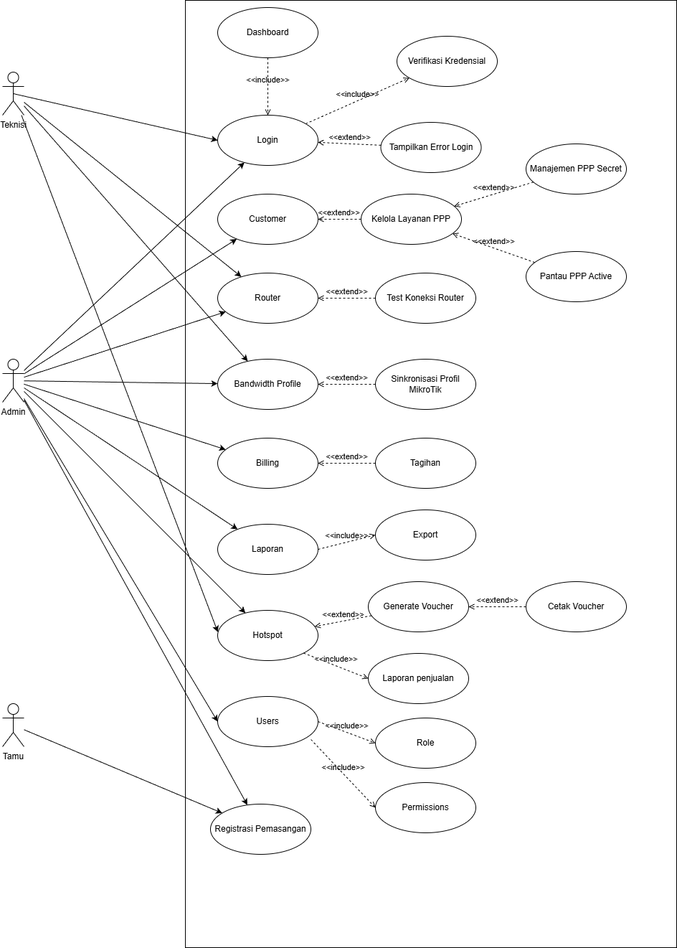
Above: diagram/image/use_case_diagram.png in quiqxiq/mikmongo (draw.io), before the change. Source tidied: cells renumbered, new cells last; positions are measured from the earlier drawing's top-left corner, leaving out a move shared by most shapes.
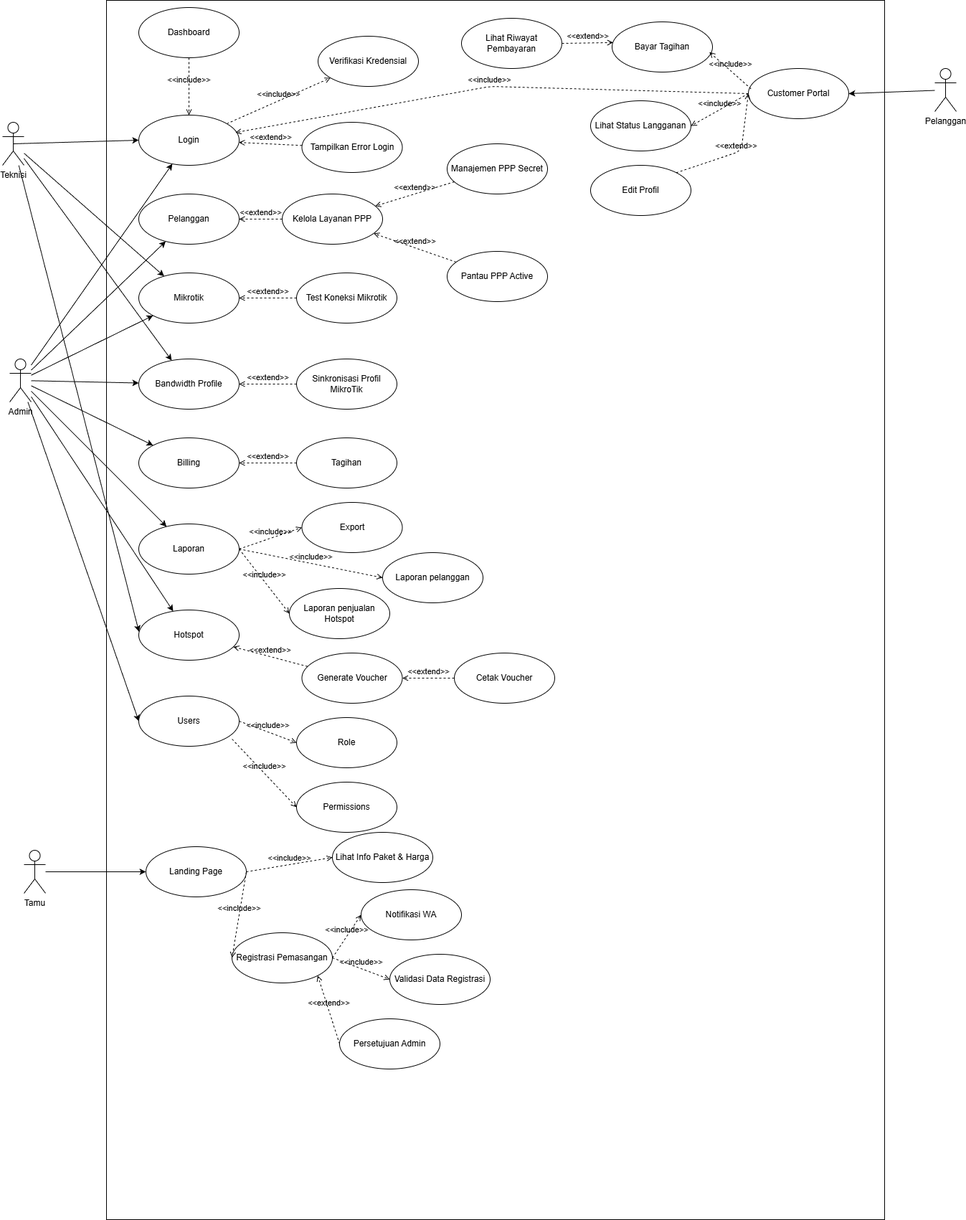
Later version of the same file.

Diff of the diagram source:
```diff
@@ -3,22 +3,25 @@
     <mxCell id="0" />
     <mxCell id="1" parent="0" />
     <mxCell id="2" style="rounded=0;whiteSpace=wrap;html=1;verticalAlign=top;fontStyle=1;fontSize=14;" parent="1" vertex="1">
-      <mxGeometry x="255" width="685" height="1320" as="geometry" />
+      <mxGeometry x="255" width="1085" height="1700" as="geometry" />
     </mxCell>
     <mxCell id="3" style="edgeStyle=none;html=1;entryX=0;entryY=0.5;entryDx=0;entryDy=0;" parent="1" edge="1" source="4" target="54">
       <mxGeometry relative="1" as="geometry" />
     </mxCell>
     <mxCell id="4" value="Admin" style="shape=umlActor;verticalLabelPosition=bottom;verticalAlign=top;html=1;outlineConnect=0;" parent="1" vertex="1">
-      <mxGeometry y="500" width="30" height="60" as="geometry" />
+      <mxGeometry x="120" y="500" width="30" height="60" as="geometry" />
     </mxCell>
     <mxCell id="5" style="edgeStyle=none;html=1;exitX=0.5;exitY=0.5;exitDx=0;exitDy=0;exitPerimeter=0;entryX=0;entryY=0.5;entryDx=0;entryDy=0;" parent="1" edge="1" source="6" target="9">
       <mxGeometry relative="1" as="geometry" />
     </mxCell>
     <mxCell id="6" value="Teknisi" style="shape=umlActor;verticalLabelPosition=bottom;verticalAlign=top;html=1;outlineConnect=0;" parent="1" vertex="1">
-      <mxGeometry y="100" width="30" height="60" as="geometry" />
+      <mxGeometry x="110" y="170" width="30" height="60" as="geometry" />
     </mxCell>
+    <mxCell id="59" style="edgeStyle=none;html=1;entryX=0;entryY=0.5;entryDx=0;entryDy=0;" parent="1" edge="1" source="7" target="60">
+      <mxGeometry relative="1" as="geometry" />
+    </mxCell>
     <mxCell id="7" value="Tamu" style="shape=umlActor;verticalLabelPosition=bottom;verticalAlign=top;html=1;outlineConnect=0;" parent="1" vertex="1">
-      <mxGeometry y="980" width="30" height="60" as="geometry" />
+      <mxGeometry x="140" y="1185" width="30" height="60" as="geometry" />
     </mxCell>
     <mxCell id="8" value="Dashboard" style="ellipse;whiteSpace=wrap;html=1;" parent="1" vertex="1">
       <mxGeometry x="300" y="10" width="140" height="70" as="geometry" />
@@ -26,10 +29,10 @@
     <mxCell id="9" value="Login" style="ellipse;whiteSpace=wrap;html=1;" parent="1" vertex="1">
       <mxGeometry x="300" y="160" width="140" height="70" as="geometry" />
     </mxCell>
-    <mxCell id="10" value="Customer" style="ellipse;whiteSpace=wrap;html=1;" parent="1" vertex="1">
+    <mxCell id="10" value="Pelanggan" style="ellipse;whiteSpace=wrap;html=1;" parent="1" vertex="1">
       <mxGeometry x="300" y="270" width="140" height="70" as="geometry" />
     </mxCell>
-    <mxCell id="11" value="Router" style="ellipse;whiteSpace=wrap;html=1;" parent="1" vertex="1">
+    <mxCell id="11" value="Mikrotik" style="ellipse;whiteSpace=wrap;html=1;" parent="1" vertex="1">
       <mxGeometry x="300" y="380" width="140" height="70" as="geometry" />
     </mxCell>
     <mxCell id="12" value="Bandwidth Profile" style="ellipse;whiteSpace=wrap;html=1;" parent="1" vertex="1">
@@ -45,7 +48,7 @@
       <mxGeometry x="300" y="850" width="140" height="70" as="geometry" />
     </mxCell>
     <mxCell id="16" value="Registrasi Pemasangan" style="ellipse;whiteSpace=wrap;html=1;" parent="1" vertex="1">
-      <mxGeometry x="290" y="1120" width="140" height="70" as="geometry" />
+      <mxGeometry x="430" y="1300" width="140" height="70" as="geometry" />
     </mxCell>
     <mxCell id="17" value="Verifikasi Kredensial" style="ellipse;whiteSpace=wrap;html=1;" parent="1" vertex="1">
       <mxGeometry x="550" y="50" width="140" height="70" as="geometry" />
@@ -62,7 +65,7 @@
     <mxCell id="21" value="Pantau PPP Active" style="ellipse;whiteSpace=wrap;html=1;" parent="1" vertex="1">
       <mxGeometry x="730" y="350" width="140" height="70" as="geometry" />
     </mxCell>
-    <mxCell id="22" value="Test Koneksi Router" style="ellipse;whiteSpace=wrap;html=1;" parent="1" vertex="1">
+    <mxCell id="22" value="Test Koneksi Mikrotik" style="ellipse;whiteSpace=wrap;html=1;" parent="1" vertex="1">
       <mxGeometry x="520" y="380" width="140" height="70" as="geometry" />
     </mxCell>
     <mxCell id="23" value="Sinkronisasi Profil MikroTik" style="ellipse;whiteSpace=wrap;html=1;" parent="1" vertex="1">
@@ -72,10 +75,10 @@
       <mxGeometry x="520" y="610" width="140" height="70" as="geometry" />
     </mxCell>
     <mxCell id="25" value="Generate Voucher" style="ellipse;whiteSpace=wrap;html=1;" parent="1" vertex="1">
-      <mxGeometry x="510" y="810" width="140" height="70" as="geometry" />
+      <mxGeometry x="527.5" y="910" width="140" height="70" as="geometry" />
     </mxCell>
     <mxCell id="26" value="Cetak Voucher" style="ellipse;whiteSpace=wrap;html=1;" parent="1" vertex="1">
-      <mxGeometry x="730" y="810" width="140" height="70" as="geometry" />
+      <mxGeometry x="740" y="910" width="140" height="70" as="geometry" />
     </mxCell>
     <mxCell id="27" style="edgeStyle=none;html=1;" parent="1" edge="1" source="4" target="10">
       <mxGeometry relative="1" as="geometry" />
@@ -98,9 +101,6 @@
     <mxCell id="33" style="edgeStyle=none;html=1;" parent="1" edge="1" source="4" target="15">
       <mxGeometry relative="1" as="geometry" />
     </mxCell>
-    <mxCell id="34" style="edgeStyle=none;html=1;" parent="1" edge="1" source="4" target="16">
-      <mxGeometry relative="1" as="geometry" />
-    </mxCell>
     <mxCell id="35" style="edgeStyle=none;html=1;" parent="1" edge="1" source="6" target="11">
       <mxGeometry relative="1" as="geometry" />
     </mxCell>
@@ -110,9 +110,6 @@
     <mxCell id="37" style="edgeStyle=none;html=1;entryX=0.002;entryY=0.433;entryDx=0;entryDy=0;entryPerimeter=0;" parent="1" edge="1" source="6" target="15">
       <mxGeometry relative="1" as="geometry" />
     </mxCell>
-    <mxCell id="38" style="edgeStyle=none;html=1;" parent="1" edge="1" source="7" target="16">
-      <mxGeometry relative="1" as="geometry" />
-    </mxCell>
     <mxCell id="39" value="&amp;lt;&amp;lt;include&amp;gt;&amp;gt;" style="html=1;verticalAlign=bottom;labelBackgroundColor=none;endArrow=open;endFill=0;dashed=1;" parent="1" edge="1" source="8" target="9">
       <mxGeometry relative="1" as="geometry" />
     </mxCell>
@@ -146,17 +143,17 @@
     <mxCell id="49" value="&amp;lt;&amp;lt;extend&amp;gt;&amp;gt;" style="html=1;verticalAlign=bottom;labelBackgroundColor=none;endArrow=open;endFill=0;dashed=1;" parent="1" edge="1" source="26" target="25">
       <mxGeometry relative="1" as="geometry" />
     </mxCell>
-    <mxCell id="50" value="Laporan penjualan" style="ellipse;whiteSpace=wrap;html=1;" parent="1" vertex="1">
-      <mxGeometry x="510" y="910" width="140" height="70" as="geometry" />
+    <mxCell id="50" value="Laporan penjualan&lt;div&gt;Hotspot&lt;/div&gt;" style="ellipse;whiteSpace=wrap;html=1;" parent="1" vertex="1">
+      <mxGeometry x="510" y="820" width="140" height="70" as="geometry" />
     </mxCell>
-    <mxCell id="51" value="&amp;lt;&amp;lt;include&amp;gt;&amp;gt;" style="html=1;verticalAlign=bottom;labelBackgroundColor=none;endArrow=open;endFill=0;dashed=1;exitX=1;exitY=1;exitDx=0;exitDy=0;entryX=0;entryY=0.5;entryDx=0;entryDy=0;" parent="1" edge="1" source="15" target="50">
+    <mxCell id="51" value="&amp;lt;&amp;lt;include&amp;gt;&amp;gt;" style="html=1;verticalAlign=bottom;labelBackgroundColor=none;endArrow=open;endFill=0;dashed=1;exitX=1;exitY=0.5;exitDx=0;exitDy=0;entryX=0;entryY=0.5;entryDx=0;entryDy=0;" parent="1" edge="1" source="14" target="50">
       <mxGeometry relative="1" as="geometry" />
     </mxCell>
     <mxCell id="52" value="&amp;lt;&amp;lt;include&amp;gt;&amp;gt;" style="html=1;verticalAlign=bottom;labelBackgroundColor=none;endArrow=open;endFill=0;dashed=1;exitX=1;exitY=0.5;exitDx=0;exitDy=0;entryX=0;entryY=0.5;entryDx=0;entryDy=0;" parent="1" edge="1" source="14" target="53">
       <mxGeometry relative="1" as="geometry" />
     </mxCell>
     <mxCell id="53" value="Export" style="ellipse;whiteSpace=wrap;html=1;" parent="1" vertex="1">
-      <mxGeometry x="520" y="710" width="140" height="70" as="geometry" />
+      <mxGeometry x="527.5" y="700" width="140" height="70" as="geometry" />
     </mxCell>
     <mxCell id="54" value="Users" style="ellipse;whiteSpace=wrap;html=1;" parent="1" vertex="1">
       <mxGeometry x="300" y="970" width="140" height="70" as="geometry" />
@@ -173,5 +170,85 @@
     <mxCell id="58" value="&amp;lt;&amp;lt;include&amp;gt;&amp;gt;" style="html=1;verticalAlign=bottom;labelBackgroundColor=none;endArrow=open;endFill=0;dashed=1;exitX=0.929;exitY=0.857;exitDx=0;exitDy=0;entryX=0;entryY=0.5;entryDx=0;entryDy=0;exitPerimeter=0;" parent="1" edge="1" source="54" target="57">
       <mxGeometry relative="1" as="geometry" />
     </mxCell>
+    <mxCell id="60" value="Landing Page" style="ellipse;whiteSpace=wrap;html=1;" parent="1" vertex="1">
+      <mxGeometry x="310" y="1180" width="140" height="70" as="geometry" />
+    </mxCell>
+    <mxCell id="61" value="Laporan pelanggan" style="ellipse;whiteSpace=wrap;html=1;" parent="1" vertex="1">
+      <mxGeometry x="640" y="770" width="140" height="70" as="geometry" />
+    </mxCell>
+    <mxCell id="62" value="&amp;lt;&amp;lt;include&amp;gt;&amp;gt;" style="html=1;verticalAlign=bottom;labelBackgroundColor=none;endArrow=open;endFill=0;dashed=1;exitX=1;exitY=0.5;exitDx=0;exitDy=0;entryX=0;entryY=0.5;entryDx=0;entryDy=0;" parent="1" edge="1" source="14" target="61">
+      <mxGeometry relative="1" as="geometry" />
+    </mxCell>
+    <mxCell id="63" value="&amp;lt;&amp;lt;include&amp;gt;&amp;gt;" style="html=1;verticalAlign=bottom;labelBackgroundColor=none;endArrow=open;endFill=0;dashed=1;exitX=1;exitY=0.5;exitDx=0;exitDy=0;entryX=0;entryY=0.5;entryDx=0;entryDy=0;" parent="1" edge="1" source="60" target="16">
+      <mxGeometry relative="1" as="geometry" />
+    </mxCell>
+    <mxCell id="64" value="Validasi Data Registrasi" style="ellipse;whiteSpace=wrap;html=1;" parent="1" vertex="1">
+      <mxGeometry x="650" y="1330" width="140" height="70" as="geometry" />
+    </mxCell>
+    <mxCell id="65" value="Notifikasi WA" style="ellipse;whiteSpace=wrap;html=1;" parent="1" vertex="1">
+      <mxGeometry x="610" y="1240" width="140" height="70" as="geometry" />
+    </mxCell>
+    <mxCell id="66" value="Persetujuan Admin" style="ellipse;whiteSpace=wrap;html=1;" parent="1" vertex="1">
+      <mxGeometry x="580" y="1420" width="140" height="70" as="geometry" />
+    </mxCell>
+    <mxCell id="67" value="&amp;lt;&amp;lt;include&amp;gt;&amp;gt;" style="html=1;verticalAlign=bottom;labelBackgroundColor=none;endArrow=open;endFill=0;dashed=1;exitX=1;exitY=0.5;exitDx=0;exitDy=0;entryX=0;entryY=0.5;entryDx=0;entryDy=0;" parent="1" edge="1" source="16" target="64">
+      <mxGeometry relative="1" as="geometry" />
+    </mxCell>
+    <mxCell id="68" value="&amp;lt;&amp;lt;include&amp;gt;&amp;gt;" style="html=1;verticalAlign=bottom;labelBackgroundColor=none;endArrow=open;endFill=0;dashed=1;exitX=1;exitY=0.5;exitDx=0;exitDy=0;entryX=0;entryY=0.5;entryDx=0;entryDy=0;" parent="1" edge="1" source="16" target="65">
+      <mxGeometry relative="1" as="geometry" />
+    </mxCell>
+    <mxCell id="69" value="&amp;lt;&amp;lt;extend&amp;gt;&amp;gt;" style="html=1;verticalAlign=bottom;labelBackgroundColor=none;endArrow=open;endFill=0;dashed=1;exitX=0;exitY=0.5;exitDx=0;exitDy=0;entryX=1;entryY=1;entryDx=0;entryDy=0;" parent="1" edge="1" source="66" target="16">
+      <mxGeometry relative="1" as="geometry" />
+    </mxCell>
+    <mxCell id="70" value="Lihat Info Paket &amp; Harga" style="ellipse;whiteSpace=wrap;html=1;" parent="1" vertex="1">
+      <mxGeometry x="570" y="1160" width="140" height="70" as="geometry" />
+    </mxCell>
+    <mxCell id="71" value="&amp;lt;&amp;lt;include&amp;gt;&amp;gt;" style="html=1;verticalAlign=bottom;labelBackgroundColor=none;endArrow=open;endFill=0;dashed=1;exitX=1;exitY=0.5;exitDx=0;exitDy=0;entryX=0;entryY=0.5;entryDx=0;entryDy=0;" parent="1" edge="1" source="60" target="70">
+      <mxGeometry relative="1" as="geometry" />
+    </mxCell>
+    <mxCell id="72" value="Pelanggan" style="shape=umlActor;verticalLabelPosition=bottom;verticalAlign=top;html=1;outlineConnect=0;" parent="1" vertex="1">
+      <mxGeometry x="1410" y="95" width="30" height="60" as="geometry" />
+    </mxCell>
+    <mxCell id="73" value="Customer Portal" style="ellipse;whiteSpace=wrap;html=1;" parent="1" vertex="1">
+      <mxGeometry x="1150" y="95" width="140" height="70" as="geometry" />
+    </mxCell>
+    <mxCell id="74" style="edgeStyle=none;html=1;entryX=1;entryY=0.5;entryDx=0;entryDy=0;" parent="1" edge="1" source="72" target="73">
+      <mxGeometry relative="1" as="geometry" />
+    </mxCell>
+    <mxCell id="75" value="&amp;lt;&amp;lt;include&amp;gt;&amp;gt;" style="html=1;verticalAlign=bottom;labelBackgroundColor=none;endArrow=open;endFill=0;dashed=1;exitX=0;exitY=0.5;exitDx=0;exitDy=0;entryX=0.963;entryY=0.347;entryDx=0;entryDy=0;entryPerimeter=0;" parent="1" edge="1" source="73" target="9">
+      <mxGeometry relative="1" as="geometry">
+        <Array as="points">
+          <mxPoint x="790" y="120" />
+        </Array>
+      </mxGeometry>
+    </mxCell>
+    <mxCell id="76" value="Bayar Tagihan" style="ellipse;whiteSpace=wrap;html=1;" parent="1" vertex="1">
+      <mxGeometry x="960" y="30" width="140" height="70" as="geometry" />
+    </mxCell>
+    <mxCell id="77" value="Lihat Status Langganan" style="ellipse;whiteSpace=wrap;html=1;" parent="1" vertex="1">
+      <mxGeometry x="930" y="140" width="140" height="70" as="geometry" />
+    </mxCell>
+    <mxCell id="78" value="Lihat Riwayat Pembayaran" style="ellipse;whiteSpace=wrap;html=1;" parent="1" vertex="1">
+      <mxGeometry x="750" y="25" width="140" height="70" as="geometry" />
+    </mxCell>
+    <mxCell id="79" value="Edit Profil" style="ellipse;whiteSpace=wrap;html=1;" parent="1" vertex="1">
+      <mxGeometry x="930" y="230" width="140" height="70" as="geometry" />
+    </mxCell>
+    <mxCell id="80" value="&amp;lt;&amp;lt;include&amp;gt;&amp;gt;" style="html=1;verticalAlign=bottom;labelBackgroundColor=none;endArrow=open;endFill=0;dashed=1;exitX=0.027;exitY=0.405;exitDx=0;exitDy=0;entryX=0.969;entryY=0.602;entryDx=0;entryDy=0;entryPerimeter=0;exitPerimeter=0;" parent="1" edge="1" source="73" target="76">
+      <mxGeometry relative="1" as="geometry" />
+    </mxCell>
+    <mxCell id="81" value="&amp;lt;&amp;lt;include&amp;gt;&amp;gt;" style="html=1;verticalAlign=bottom;labelBackgroundColor=none;endArrow=open;endFill=0;dashed=1;exitX=0;exitY=0.5;exitDx=0;exitDy=0;entryX=1;entryY=0.5;entryDx=0;entryDy=0;" parent="1" edge="1" source="73" target="77">
+      <mxGeometry relative="1" as="geometry" />
+    </mxCell>
+    <mxCell id="82" value="&amp;lt;&amp;lt;extend&amp;gt;&amp;gt;" style="html=1;verticalAlign=bottom;labelBackgroundColor=none;endArrow=open;endFill=0;dashed=1;exitX=1;exitY=0.5;exitDx=0;exitDy=0;entryX=0.01;entryY=0.412;entryDx=0;entryDy=0;entryPerimeter=0;" parent="1" edge="1" source="78" target="76">
+      <mxGeometry relative="1" as="geometry" />
+    </mxCell>
+    <mxCell id="83" value="&amp;lt;&amp;lt;extend&amp;gt;&amp;gt;" style="html=1;verticalAlign=bottom;labelBackgroundColor=none;endArrow=open;endFill=0;dashed=1;exitX=1;exitY=0;exitDx=0;exitDy=0;entryX=0;entryY=0.5;entryDx=0;entryDy=0;" parent="1" edge="1" source="79" target="73">
+      <mxGeometry relative="1" as="geometry">
+        <Array as="points">
+          <mxPoint x="1140" y="210" />
+        </Array>
+      </mxGeometry>
+    </mxCell>
   </root>
 </mxGraphModel>
```
